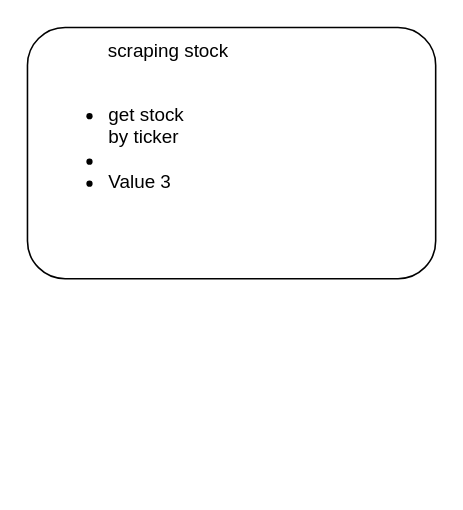
jesusdoza/diagrams keeps this draw.io diagram as stockscrapper.drawio. Above is the earlier version. Source tidied: cells renumbered, new cells numbered last; positions are measured from the earlier drawing's top-left corner, leaving out a move shared by most shapes. Both pictures are drawn from the tidied source at 157%, with x=0, y=0 at pixel (27, 27).
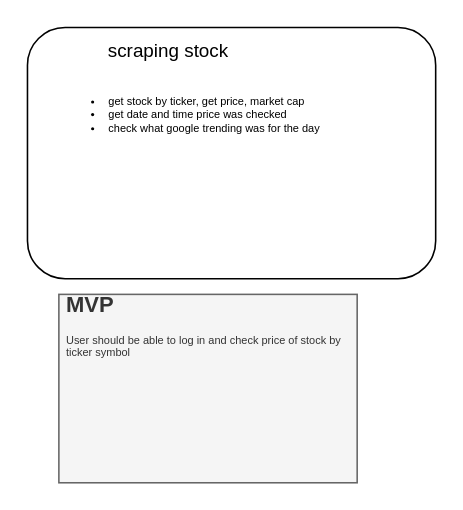
The same diagram, later.

Change to the diagram source:
```diff
@@
 <mxGraphModel>
   <root>
     <mxCell id="0" />
     <mxCell id="1" parent="0" />
     <mxCell id="2" style="rounded=1;whiteSpace=wrap;html=1;" parent="1" vertex="1">
       <mxGeometry width="260" height="160" as="geometry" />
     </mxCell>
     <mxCell id="3" value="scraping stock" style="text;html=1;strokeColor=none;fillColor=none;align=center;verticalAlign=middle;whiteSpace=wrap;rounded=0;" parent="1" vertex="1">
       <mxGeometry x="30" width="120" height="30" as="geometry" />
     </mxCell>
-    <mxCell id="4" value="&lt;ul&gt;&lt;li&gt;&lt;span style=&quot;background-color: initial;&quot;&gt;get stock by ticker&lt;/span&gt;&lt;/li&gt;&lt;li&gt;&lt;br&gt;&lt;/li&gt;&lt;li&gt;Value 3&lt;/li&gt;&lt;/ul&gt;" style="text;strokeColor=none;fillColor=none;html=1;whiteSpace=wrap;verticalAlign=top;overflow=hidden;align=left;" parent="1" vertex="1">
-      <mxGeometry x="10" y="30" width="100" height="80" as="geometry" />
+    <mxCell id="4" value="&lt;ul style=&quot;font-size: 7px;&quot;&gt;&lt;li style=&quot;font-size: 7px;&quot;&gt;&lt;span style=&quot;background-color: initial; font-size: 7px;&quot;&gt;get stock by ticker,&amp;nbsp;&lt;/span&gt;get price, market cap&lt;/li&gt;&lt;li style=&quot;font-size: 7px;&quot;&gt;get date and time price was checked&lt;/li&gt;&lt;li style=&quot;font-size: 7px;&quot;&gt;check what google trending was for the day&lt;/li&gt;&lt;/ul&gt;" style="text;strokeColor=none;fillColor=none;html=1;whiteSpace=wrap;verticalAlign=top;overflow=hidden;align=left;fontSize=7;" parent="1" vertex="1">
+      <mxGeometry x="10" y="30" width="230" height="120" as="geometry" />
     </mxCell>
+    <mxCell id="5" value="&lt;h1&gt;MVP&lt;/h1&gt;&lt;p&gt;User should be able to log in and check price of stock by ticker symbol&lt;/p&gt;" style="text;html=1;spacing=5;spacingTop=-20;whiteSpace=wrap;overflow=hidden;rounded=0;fontSize=7;fillColor=#f5f5f5;strokeColor=#666666;fontColor=#333333;" parent="1" vertex="1">
+      <mxGeometry x="20" y="170" width="190" height="120" as="geometry" />
+    </mxCell>
   </root>
 </mxGraphModel>
```
